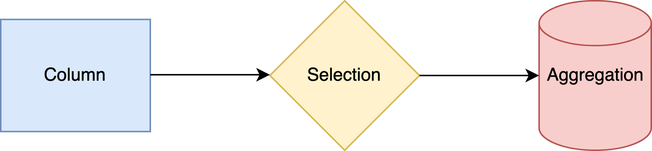
This is docs/assets/dataflow.png from taehyounpark/queryosity, a draw.io export, as it was before one commit. Source tidied: cells renumbered, new cells last; positions are measured from the earlier drawing's top-left corner, leaving out a move shared by most shapes. Source of this version:
```xml
<mxGraphModel>
  <root>
    <mxCell id="0" />
    <mxCell id="1" parent="0" />
    <mxCell id="2" style="rounded=0;whiteSpace=wrap;html=1;fillColor=#dae8fc;strokeColor=#6c8ebf;" parent="1" vertex="1">
      <mxGeometry y="12.5" width="100" height="75" as="geometry" />
    </mxCell>
    <mxCell id="3" style="rhombus;whiteSpace=wrap;html=1;fillColor=#fff2cc;strokeColor=#d6b656;" parent="1" vertex="1">
      <mxGeometry x="180" width="100" height="100" as="geometry" />
    </mxCell>
    <mxCell id="4" style="shape=cylinder3;whiteSpace=wrap;html=1;boundedLbl=1;backgroundOutline=1;size=15;fillColor=#f8cecc;strokeColor=#b85450;" parent="1" vertex="1">
      <mxGeometry x="360" width="75" height="100" as="geometry" />
    </mxCell>
    <mxCell id="5" style="endArrow=classic;html=1;rounded=0;" parent="1" edge="1">
      <mxGeometry relative="1" as="geometry">
        <mxPoint x="280" y="50" as="sourcePoint" />
        <mxPoint x="360" y="50" as="targetPoint" />
      </mxGeometry>
    </mxCell>
    <mxCell id="6" value="Column" style="text;html=1;strokeColor=none;fillColor=none;align=center;verticalAlign=middle;whiteSpace=wrap;rounded=0;" parent="1" vertex="1">
      <mxGeometry x="20" y="35" width="60" height="30" as="geometry" />
    </mxCell>
    <mxCell id="7" value="Selection" style="text;html=1;strokeColor=none;fillColor=none;align=center;verticalAlign=middle;whiteSpace=wrap;rounded=0;" parent="1" vertex="1">
      <mxGeometry x="200" y="35" width="60" height="30" as="geometry" />
    </mxCell>
    <mxCell id="8" value="Aggregation" style="text;html=1;strokeColor=none;fillColor=none;align=center;verticalAlign=middle;whiteSpace=wrap;rounded=0;" parent="1" vertex="1">
      <mxGeometry x="367.5" y="35" width="60" height="30" as="geometry" />
    </mxCell>
    <mxCell id="9" style="endArrow=classic;html=1;rounded=0;" parent="1" edge="1">
      <mxGeometry relative="1" as="geometry">
        <mxPoint x="100" y="49.5" as="sourcePoint" />
        <mxPoint x="180" y="49.5" as="targetPoint" />
      </mxGeometry>
    </mxCell>
  </root>
</mxGraphModel>
```
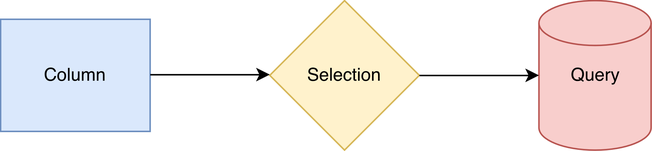
After the commit.

What changed in the source:
```diff
@@ -23,7 +23,7 @@
     <mxCell id="7" value="Selection" style="text;html=1;strokeColor=none;fillColor=none;align=center;verticalAlign=middle;whiteSpace=wrap;rounded=0;" parent="1" vertex="1">
       <mxGeometry x="200" y="35" width="60" height="30" as="geometry" />
     </mxCell>
-    <mxCell id="8" value="Aggregation" style="text;html=1;strokeColor=none;fillColor=none;align=center;verticalAlign=middle;whiteSpace=wrap;rounded=0;" parent="1" vertex="1">
+    <mxCell id="8" value="Query" style="text;html=1;strokeColor=none;fillColor=none;align=center;verticalAlign=middle;whiteSpace=wrap;rounded=0;" parent="1" vertex="1">
       <mxGeometry x="367.5" y="35" width="60" height="30" as="geometry" />
     </mxCell>
     <mxCell id="9" style="endArrow=classic;html=1;rounded=0;" parent="1" edge="1">
```
